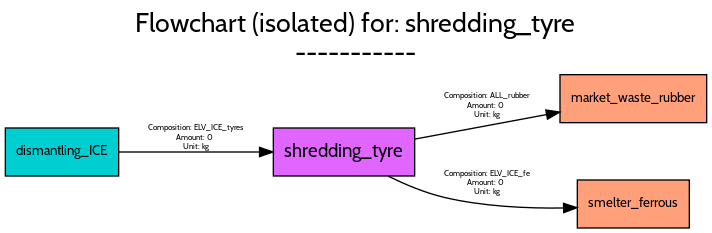
FutuRaM-Project/Recovery-Model keeps this Graphviz diagram as src/examples/ELV/figures/flowcharts/processes/png/shredding_tyre.png. Above is the earlier version. Its source is kept beside it as src/examples/ELV/figures/flowcharts/processes/dot/shredding_tyre.dot.
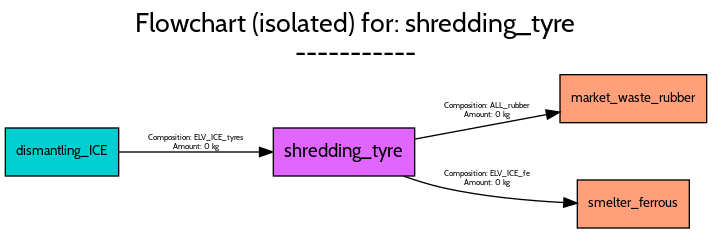
After the change.

The edit, as a diff of the source:
```diff
@@ -35,9 +35,8 @@
 		fontname=Cabin,
 		fontsize=6,
 		label="Composition: ALL_rubber
-Amount: 0
-Unit: kg",
-		lp="361.5,91.5",
+Amount: 0 kg",
+		lp="361.5,88",
 		pos="e,415.81,86.918 307.05,66.683 336.76,72.212 374.27,79.189 405.8,85.056"];
 	smelter_ferrous	[fillcolor=lightsalmon1,
 		fontname=Cabin,
@@ -51,10 +50,9 @@
 		fontname=Cabin,
 		fontsize=6,
 		label="Composition: ELV_ICE_fe
-Amount: 0
-Unit: kg",
-		lp="361.5,33.5",
-		pos="e,428.71,15.231 287.15,38.867 299.8,32.644 314.69,26.396 329,23 358.16,16.077 391.66,14.63 418.69,15.006"];
+Amount: 0 kg",
+		lp="361.5,37",
+		pos="e,428.85,18.638 298.65,38.912 308.49,35.445 318.98,32.212 329,30 358.36,23.516 391.86,20.489 418.85,19.096"];
 	dismantling_ICE	[fillcolor=darkturquoise,
 		fontname=Cabin,
 		fontsize=10,
@@ -67,8 +65,7 @@
 		fontname=Cabin,
 		fontsize=6,
 		label="Composition: ELV_ICE_tyres
-Amount: 0
-Unit: kg",
-		lp="143,67.5",
+Amount: 0 kg",
+		lp="143,64",
 		pos="e,200.65,57 85.141,57 115.2,57 156.32,57 190.34,57"];
 }
```
